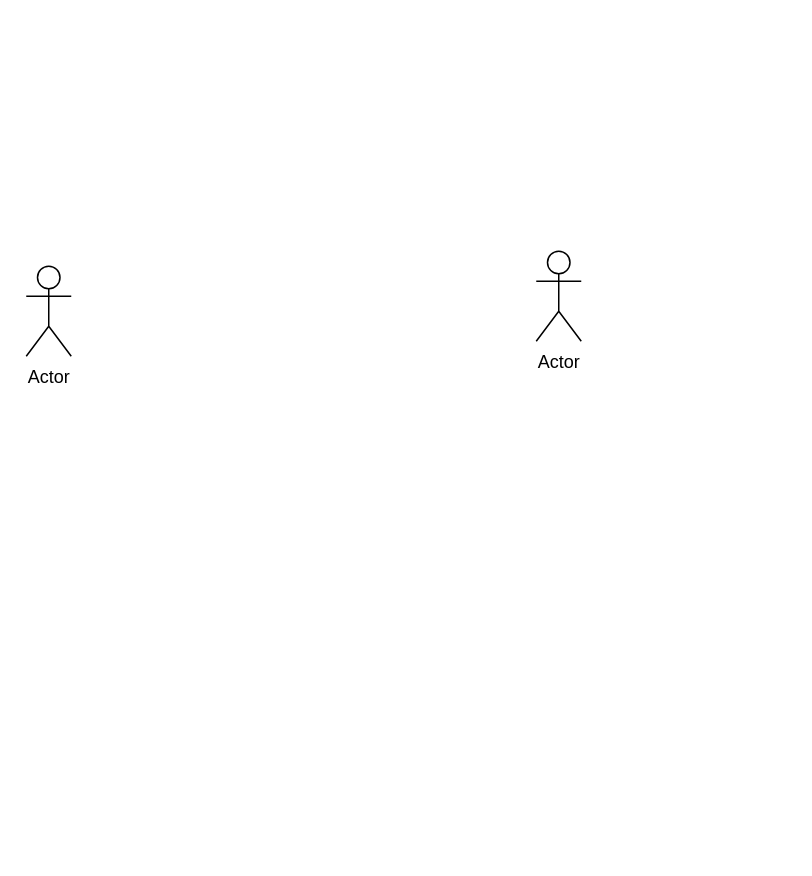
Above: Untitled Diagram.drawio in iamagaming/rheno (draw.io), before the change. Source tidied: cells renumbered, new cells numbered last; positions are measured from the earlier drawing's top-left corner, leaving out a move shared by most shapes. Both pictures are drawn from the tidied source at 150%, with x=0, y=0 at pixel (26, 250).
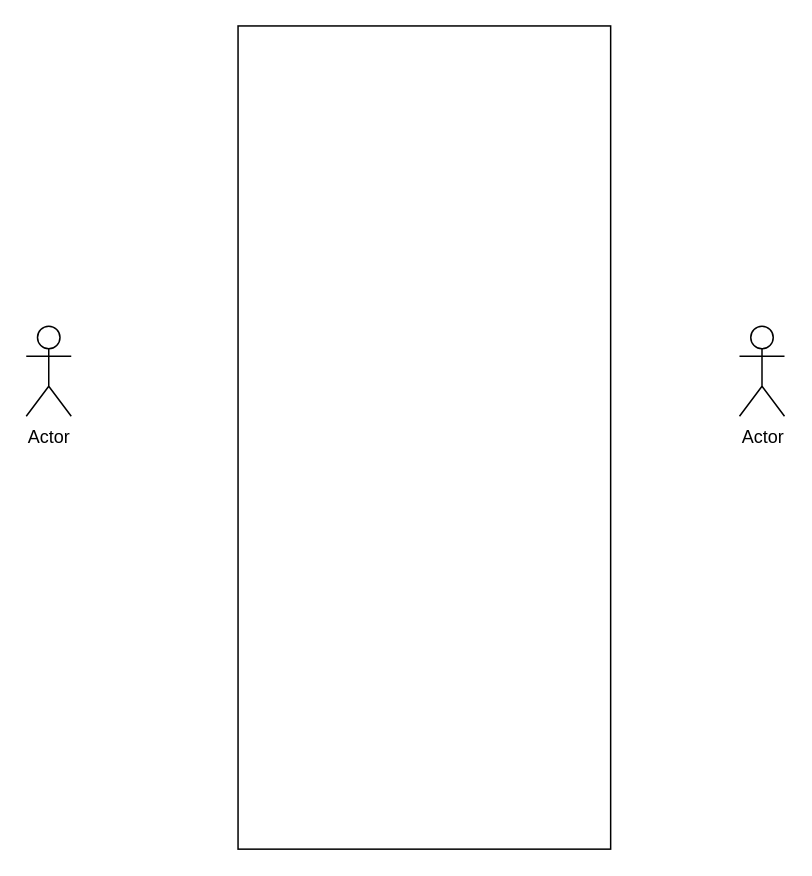
Above is the later version.

Commit message:
Rpl_uas

What changed in the source:
```diff
@@
 <mxGraphModel>
   <root>
     <mxCell id="0" />
     <mxCell id="1" parent="0" />
     <mxCell id="2" value="Actor" style="shape=umlActor;verticalLabelPosition=bottom;verticalAlign=top;html=1;" parent="1" vertex="1">
-      <mxGeometry y="10" width="30" height="60" as="geometry" />
+      <mxGeometry y="50" width="30" height="60" as="geometry" />
     </mxCell>
     <mxCell id="3" value="Actor" style="shape=umlActor;verticalLabelPosition=bottom;verticalAlign=top;html=1;" parent="1" vertex="1">
-      <mxGeometry x="340" width="30" height="60" as="geometry" />
+      <mxGeometry x="475.5" y="50" width="30" height="60" as="geometry" />
     </mxCell>
+    <mxCell id="4" style="rounded=0;whiteSpace=wrap;html=1;rotation=90;" parent="1" vertex="1">
+      <mxGeometry x="-9" width="548.8" height="248.4" as="geometry" />
+    </mxCell>
   </root>
 </mxGraphModel>
```
